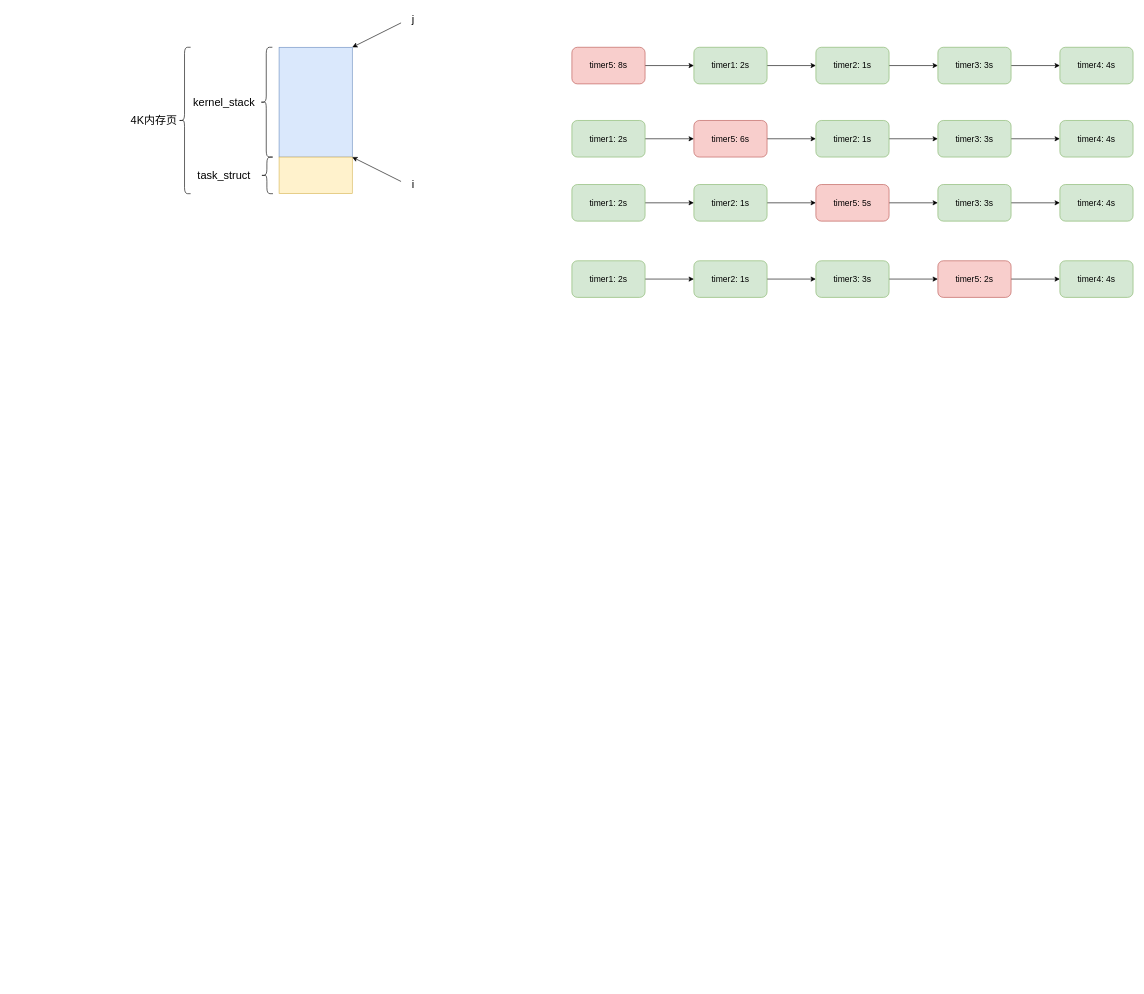
This is blog/Linux/Linux-0.11-kernel/sched/sched.drawio from zgjsxx/static-img-repo, a draw.io file, before an edit. Source tidied: cells renumbered, new cells numbered last; positions are measured from the earlier drawing's top-left corner, leaving out a move shared by most shapes. Both pictures are drawn from the tidied source at 61%, with x=0, y=0 at pixel (129, 10).
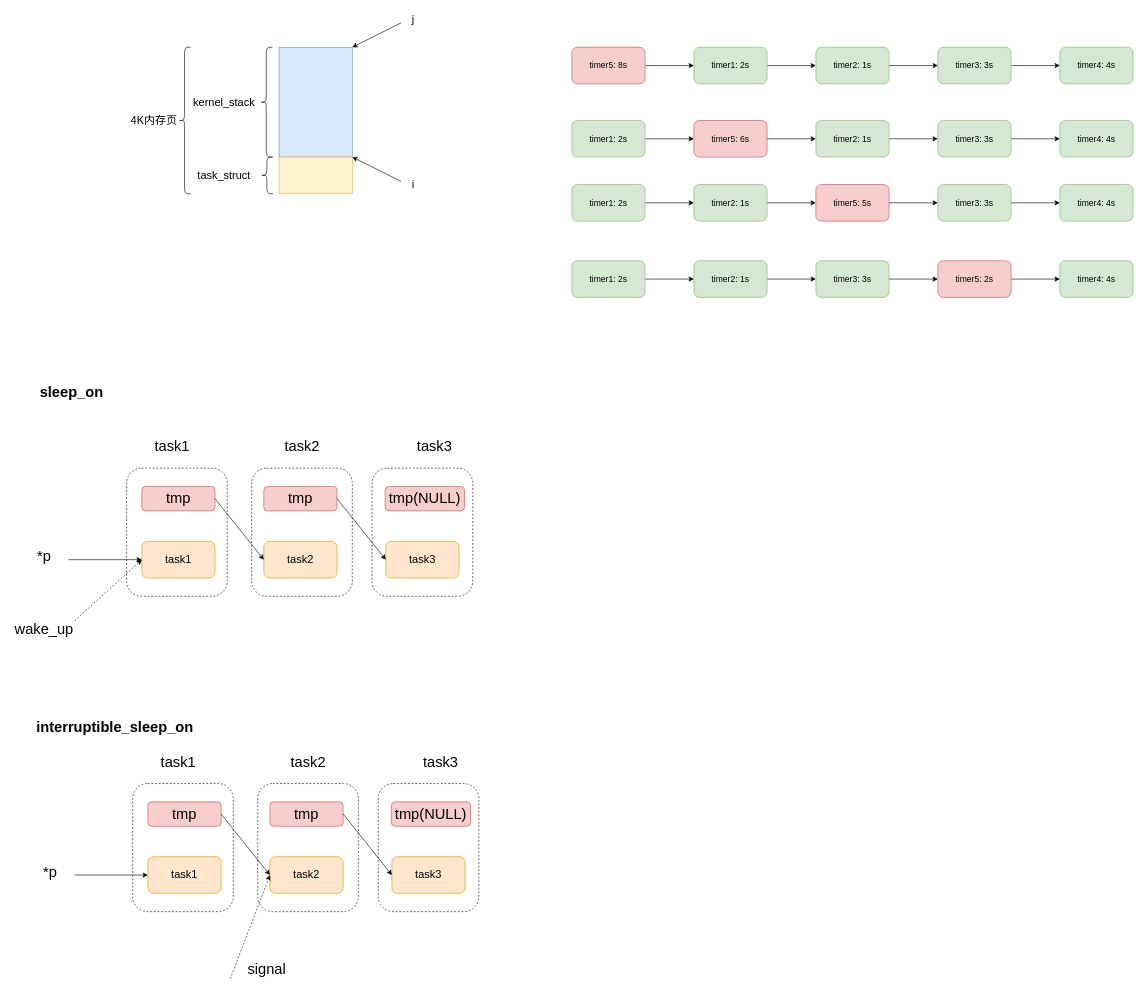
After the change.

The edit, as a diff of the source:
```diff
@@
+    <mxCell id="50" style="rounded=1;whiteSpace=wrap;html=1;fontSize=24;dashed=1;" parent="1" vertex="1">
+      <mxGeometry x="397.5" y="750" width="165" height="210" as="geometry" />
+    </mxCell>
+    <mxCell id="51" style="rounded=1;whiteSpace=wrap;html=1;fontSize=24;dashed=1;" parent="1" vertex="1">
+      <mxGeometry x="200" y="750" width="165" height="210" as="geometry" />
+    </mxCell>
+    <mxCell id="52" style="rounded=1;whiteSpace=wrap;html=1;fontSize=24;dashed=1;" parent="1" vertex="1">
+      <mxGeometry x="-5" y="750" width="165" height="210" as="geometry" />
+    </mxCell>
@@
+    <mxCell id="53" value="&lt;font style=&quot;font-size: 18px;&quot;&gt;task1&lt;/font&gt;" style="rounded=1;whiteSpace=wrap;html=1;fillColor=#ffe6cc;strokeColor=#d79b00;" parent="1" vertex="1">
+      <mxGeometry x="20" y="870" width="120" height="60" as="geometry" />
+    </mxCell>
+    <mxCell id="54" value="&lt;font style=&quot;font-size: 18px;&quot;&gt;task2&lt;/font&gt;" style="rounded=1;whiteSpace=wrap;html=1;fillColor=#ffe6cc;strokeColor=#d79b00;" parent="1" vertex="1">
+      <mxGeometry x="220" y="870" width="120" height="60" as="geometry" />
+    </mxCell>
+    <mxCell id="55" value="&lt;font style=&quot;font-size: 18px;&quot;&gt;task3&lt;/font&gt;" style="rounded=1;whiteSpace=wrap;html=1;fillColor=#ffe6cc;strokeColor=#d79b00;" parent="1" vertex="1">
+      <mxGeometry x="420" y="870" width="120" height="60" as="geometry" />
+    </mxCell>
+    <mxCell id="56" style="endArrow=classic;html=1;rounded=0;fontSize=18;entryX=0;entryY=0.5;entryDx=0;entryDy=0;" parent="1" edge="1" target="53">
+      <mxGeometry relative="1" as="geometry">
+        <mxPoint x="-100" y="900" as="sourcePoint" />
+      </mxGeometry>
+    </mxCell>
+    <mxCell id="57" value="&lt;font style=&quot;font-size: 24px;&quot;&gt;*p&lt;/font&gt;" style="text;strokeColor=none;align=center;fillColor=none;html=1;verticalAlign=middle;whiteSpace=wrap;rounded=0;fontSize=18;" parent="1" vertex="1">
+      <mxGeometry x="-170" y="880" width="60" height="30" as="geometry" />
+    </mxCell>
+    <mxCell id="58" value="tmp" style="rounded=1;whiteSpace=wrap;html=1;fontSize=24;fillColor=#f8cecc;strokeColor=#b85450;" parent="1" vertex="1">
+      <mxGeometry x="20" y="780" width="120" height="40" as="geometry" />
+    </mxCell>
+    <mxCell id="59" style="endArrow=classic;html=1;rounded=0;fontSize=24;exitX=1;exitY=0.5;exitDx=0;exitDy=0;entryX=0;entryY=0.5;entryDx=0;entryDy=0;" parent="1" edge="1" source="58" target="54">
+      <mxGeometry relative="1" as="geometry" />
+    </mxCell>
+    <mxCell id="60" value="tmp" style="rounded=1;whiteSpace=wrap;html=1;fontSize=24;fillColor=#f8cecc;strokeColor=#b85450;" parent="1" vertex="1">
+      <mxGeometry x="220" y="780" width="120" height="40" as="geometry" />
+    </mxCell>
+    <mxCell id="61" style="endArrow=classic;html=1;rounded=0;fontSize=24;exitX=1;exitY=0.5;exitDx=0;exitDy=0;entryX=0;entryY=0.5;entryDx=0;entryDy=0;" parent="1" edge="1" source="60" target="55">
+      <mxGeometry relative="1" as="geometry" />
+    </mxCell>
+    <mxCell id="62" value="tmp(NULL)" style="rounded=1;whiteSpace=wrap;html=1;fontSize=24;fillColor=#f8cecc;strokeColor=#b85450;" parent="1" vertex="1">
+      <mxGeometry x="419" y="780" width="130" height="40" as="geometry" />
+    </mxCell>
+    <mxCell id="63" value="task1" style="text;strokeColor=none;align=center;fillColor=none;html=1;verticalAlign=middle;whiteSpace=wrap;rounded=0;fontSize=24;" parent="1" vertex="1">
+      <mxGeometry x="40" y="700" width="60" height="30" as="geometry" />
+    </mxCell>
+    <mxCell id="64" value="task2" style="text;strokeColor=none;align=center;fillColor=none;html=1;verticalAlign=middle;whiteSpace=wrap;rounded=0;fontSize=24;" parent="1" vertex="1">
+      <mxGeometry x="252.5" y="700" width="60" height="30" as="geometry" />
+    </mxCell>
+    <mxCell id="65" value="task3" style="text;strokeColor=none;align=center;fillColor=none;html=1;verticalAlign=middle;whiteSpace=wrap;rounded=0;fontSize=24;" parent="1" vertex="1">
+      <mxGeometry x="470" y="700" width="60" height="30" as="geometry" />
+    </mxCell>
+    <mxCell id="66" style="endArrow=classic;html=1;rounded=0;fontSize=24;entryX=0;entryY=0.5;entryDx=0;entryDy=0;dashed=1;" parent="1" edge="1" target="53">
+      <mxGeometry relative="1" as="geometry">
+        <mxPoint x="-90" y="1000" as="sourcePoint" />
+      </mxGeometry>
+    </mxCell>
+    <mxCell id="67" value="&lt;font style=&quot;font-size: 24px;&quot;&gt;wake_up&lt;/font&gt;" style="text;strokeColor=none;align=center;fillColor=none;html=1;verticalAlign=middle;whiteSpace=wrap;rounded=0;fontSize=18;" parent="1" vertex="1">
+      <mxGeometry x="-195" y="1000" width="110" height="30" as="geometry" />
+    </mxCell>
+    <mxCell id="68" style="rounded=1;whiteSpace=wrap;html=1;fontSize=24;dashed=1;" parent="1" vertex="1">
+      <mxGeometry x="407.5" y="1267" width="165" height="210" as="geometry" />
+    </mxCell>
+    <mxCell id="69" style="rounded=1;whiteSpace=wrap;html=1;fontSize=24;dashed=1;" parent="1" vertex="1">
+      <mxGeometry x="210" y="1267" width="165" height="210" as="geometry" />
+    </mxCell>
+    <mxCell id="70" style="rounded=1;whiteSpace=wrap;html=1;fontSize=24;dashed=1;" parent="1" vertex="1">
+      <mxGeometry x="5" y="1267" width="165" height="210" as="geometry" />
+    </mxCell>
+    <mxCell id="71" value="&lt;font style=&quot;font-size: 18px;&quot;&gt;task1&lt;/font&gt;" style="rounded=1;whiteSpace=wrap;html=1;fillColor=#ffe6cc;strokeColor=#d79b00;" parent="1" vertex="1">
+      <mxGeometry x="30" y="1387" width="120" height="60" as="geometry" />
+    </mxCell>
+    <mxCell id="72" value="&lt;font style=&quot;font-size: 18px;&quot;&gt;task2&lt;/font&gt;" style="rounded=1;whiteSpace=wrap;html=1;fillColor=#ffe6cc;strokeColor=#d79b00;" parent="1" vertex="1">
+      <mxGeometry x="230" y="1387" width="120" height="60" as="geometry" />
+    </mxCell>
+    <mxCell id="73" value="&lt;font style=&quot;font-size: 18px;&quot;&gt;task3&lt;/font&gt;" style="rounded=1;whiteSpace=wrap;html=1;fillColor=#ffe6cc;strokeColor=#d79b00;" parent="1" vertex="1">
+      <mxGeometry x="430" y="1387" width="120" height="60" as="geometry" />
+    </mxCell>
+    <mxCell id="74" style="endArrow=classic;html=1;rounded=0;fontSize=18;entryX=0;entryY=0.5;entryDx=0;entryDy=0;" parent="1" edge="1" target="71">
+      <mxGeometry relative="1" as="geometry">
+        <mxPoint x="-90" y="1417" as="sourcePoint" />
+      </mxGeometry>
+    </mxCell>
+    <mxCell id="75" value="&lt;font style=&quot;font-size: 24px;&quot;&gt;*p&lt;/font&gt;" style="text;strokeColor=none;align=center;fillColor=none;html=1;verticalAlign=middle;whiteSpace=wrap;rounded=0;fontSize=18;" parent="1" vertex="1">
+      <mxGeometry x="-160" y="1397" width="60" height="30" as="geometry" />
+    </mxCell>
+    <mxCell id="76" value="tmp" style="rounded=1;whiteSpace=wrap;html=1;fontSize=24;fillColor=#f8cecc;strokeColor=#b85450;" parent="1" vertex="1">
+      <mxGeometry x="30" y="1297" width="120" height="40" as="geometry" />
+    </mxCell>
+    <mxCell id="77" style="endArrow=classic;html=1;rounded=0;fontSize=24;exitX=1;exitY=0.5;exitDx=0;exitDy=0;entryX=0;entryY=0.5;entryDx=0;entryDy=0;" parent="1" edge="1" source="76" target="72">
+      <mxGeometry relative="1" as="geometry" />
+    </mxCell>
+    <mxCell id="78" value="tmp" style="rounded=1;whiteSpace=wrap;html=1;fontSize=24;fillColor=#f8cecc;strokeColor=#b85450;" parent="1" vertex="1">
+      <mxGeometry x="230" y="1297" width="120" height="40" as="geometry" />
+    </mxCell>
+    <mxCell id="79" style="endArrow=classic;html=1;rounded=0;fontSize=24;exitX=1;exitY=0.5;exitDx=0;exitDy=0;entryX=0;entryY=0.5;entryDx=0;entryDy=0;" parent="1" edge="1" source="78" target="73">
+      <mxGeometry relative="1" as="geometry" />
+    </mxCell>
+    <mxCell id="80" value="tmp(NULL)" style="rounded=1;whiteSpace=wrap;html=1;fontSize=24;fillColor=#f8cecc;strokeColor=#b85450;" parent="1" vertex="1">
+      <mxGeometry x="429" y="1297" width="130" height="40" as="geometry" />
+    </mxCell>
+    <mxCell id="81" value="task1" style="text;strokeColor=none;align=center;fillColor=none;html=1;verticalAlign=middle;whiteSpace=wrap;rounded=0;fontSize=24;" parent="1" vertex="1">
+      <mxGeometry x="50" y="1217" width="60" height="30" as="geometry" />
+    </mxCell>
+    <mxCell id="82" value="task2" style="text;strokeColor=none;align=center;fillColor=none;html=1;verticalAlign=middle;whiteSpace=wrap;rounded=0;fontSize=24;" parent="1" vertex="1">
+      <mxGeometry x="262.5" y="1217" width="60" height="30" as="geometry" />
+    </mxCell>
+    <mxCell id="83" value="task3" style="text;strokeColor=none;align=center;fillColor=none;html=1;verticalAlign=middle;whiteSpace=wrap;rounded=0;fontSize=24;" parent="1" vertex="1">
+      <mxGeometry x="480" y="1217" width="60" height="30" as="geometry" />
+    </mxCell>
+    <mxCell id="84" style="endArrow=classic;html=1;rounded=0;dashed=1;fontSize=24;entryX=0;entryY=0.5;entryDx=0;entryDy=0;" parent="1" edge="1" target="72">
+      <mxGeometry relative="1" as="geometry">
+        <mxPoint x="165" y="1587" as="sourcePoint" />
+      </mxGeometry>
+    </mxCell>
+    <mxCell id="85" value="signal" style="text;strokeColor=none;align=center;fillColor=none;html=1;verticalAlign=middle;whiteSpace=wrap;rounded=0;fontSize=24;" parent="1" vertex="1">
+      <mxGeometry x="185" y="1557" width="80" height="30" as="geometry" />
+    </mxCell>
+    <mxCell id="86" value="&lt;font style=&quot;font-size: 24px;&quot;&gt;&lt;b style=&quot;&quot;&gt;sleep_on&lt;/b&gt;&lt;/font&gt;" style="text;strokeColor=none;align=center;fillColor=none;html=1;verticalAlign=middle;whiteSpace=wrap;rounded=0;fontSize=24;" parent="1" vertex="1">
+      <mxGeometry x="-125" y="610" width="60" height="30" as="geometry" />
+    </mxCell>
+    <mxCell id="87" value="&lt;font style=&quot;font-size: 24px;&quot;&gt;&lt;b style=&quot;&quot;&gt;interruptible_sleep_on&lt;/b&gt;&lt;/font&gt;" style="text;strokeColor=none;align=center;fillColor=none;html=1;verticalAlign=middle;whiteSpace=wrap;rounded=0;fontSize=24;" parent="1" vertex="1">
+      <mxGeometry x="-54" y="1160" width="60" height="30" as="geometry" />
+    </mxCell>
```
